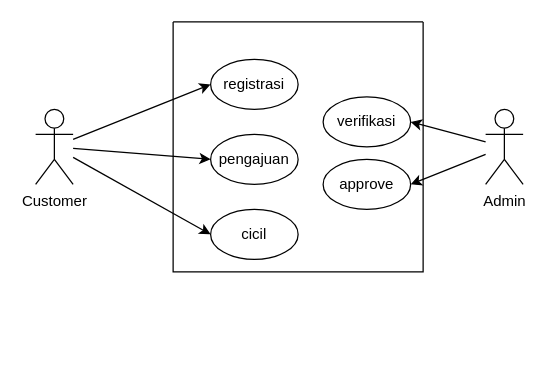
This is page "use case" (1 of 5) of docs/docs.drawio from skyespirates/sikmatek, a draw.io file, before an edit. Source tidied: cells renumbered, new cells numbered last; positions are measured from the earlier drawing's top-left corner, leaving out a move shared by most shapes. Both pictures are drawn from the tidied source at 125%, with x=0, y=0 at pixel (35, 21).
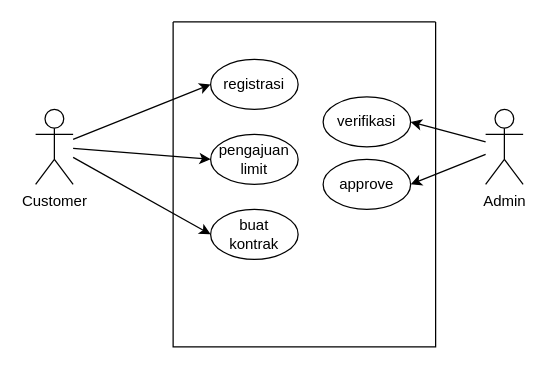
The same page after the edit.

Change to the diagram source:
```diff
@@
 <mxGraphModel>
   <root>
     <mxCell id="0" />
     <mxCell id="1" parent="0" />
     <mxCell id="2" style="rounded=0;jettySize=auto;html=1;entryX=0;entryY=0.5;entryDx=0;entryDy=0;" parent="1" edge="1" source="5" target="7">
       <mxGeometry relative="1" as="geometry" />
     </mxCell>
     <mxCell id="3" style="edgeStyle=none;rounded=0;jettySize=auto;html=1;entryX=0;entryY=0.5;entryDx=0;entryDy=0;" parent="1" edge="1" source="5" target="8">
       <mxGeometry relative="1" as="geometry" />
     </mxCell>
     <mxCell id="4" style="edgeStyle=none;rounded=0;jettySize=auto;html=1;entryX=0;entryY=0.5;entryDx=0;entryDy=0;" parent="1" edge="1" source="5" target="9">
       <mxGeometry relative="1" as="geometry" />
     </mxCell>
     <mxCell id="5" value="Customer" style="shape=umlActor;verticalLabelPosition=bottom;verticalAlign=top;html=1;" parent="1" vertex="1">
       <mxGeometry y="70" width="30" height="60" as="geometry" />
     </mxCell>
     <mxCell id="6" style="swimlane;startSize=0;" parent="1" vertex="1">
-      <mxGeometry x="110" width="200" height="200" as="geometry" />
+      <mxGeometry x="110" width="210" height="260" as="geometry" />
     </mxCell>
     <mxCell id="7" value="registrasi" style="ellipse;whiteSpace=wrap;html=1;" parent="6" vertex="1">
       <mxGeometry x="30" y="30" width="70" height="40" as="geometry" />
     </mxCell>
-    <mxCell id="8" value="pengajuan" style="ellipse;whiteSpace=wrap;html=1;" parent="6" vertex="1">
+    <mxCell id="8" value="pengajuan&lt;br&gt;limit" style="ellipse;whiteSpace=wrap;html=1;" parent="6" vertex="1">
       <mxGeometry x="30" y="90" width="70" height="40" as="geometry" />
     </mxCell>
-    <mxCell id="9" value="cicil" style="ellipse;whiteSpace=wrap;html=1;" parent="6" vertex="1">
+    <mxCell id="9" value="buat&lt;br&gt;kontrak" style="ellipse;whiteSpace=wrap;html=1;" parent="6" vertex="1">
       <mxGeometry x="30" y="150" width="70" height="40" as="geometry" />
     </mxCell>
     <mxCell id="10" value="verifikasi" style="ellipse;whiteSpace=wrap;html=1;" parent="6" vertex="1">
       <mxGeometry x="120" y="60" width="70" height="40" as="geometry" />
     </mxCell>
     <mxCell id="11" value="approve" style="ellipse;whiteSpace=wrap;html=1;" parent="6" vertex="1">
       <mxGeometry x="120" y="110" width="70" height="40" as="geometry" />
     </mxCell>
     <mxCell id="12" style="edgeStyle=none;rounded=0;jettySize=auto;html=1;entryX=1;entryY=0.5;entryDx=0;entryDy=0;" parent="1" edge="1" source="14" target="10">
       <mxGeometry relative="1" as="geometry" />
     </mxCell>
     <mxCell id="13" style="edgeStyle=none;rounded=0;jettySize=auto;html=1;entryX=1;entryY=0.5;entryDx=0;entryDy=0;" parent="1" edge="1" source="14" target="11">
       <mxGeometry relative="1" as="geometry" />
     </mxCell>
     <mxCell id="14" value="Admin" style="shape=umlActor;verticalLabelPosition=bottom;verticalAlign=top;html=1;" parent="1" vertex="1">
       <mxGeometry x="360" y="70" width="30" height="60" as="geometry" />
     </mxCell>
   </root>
 </mxGraphModel>
```
